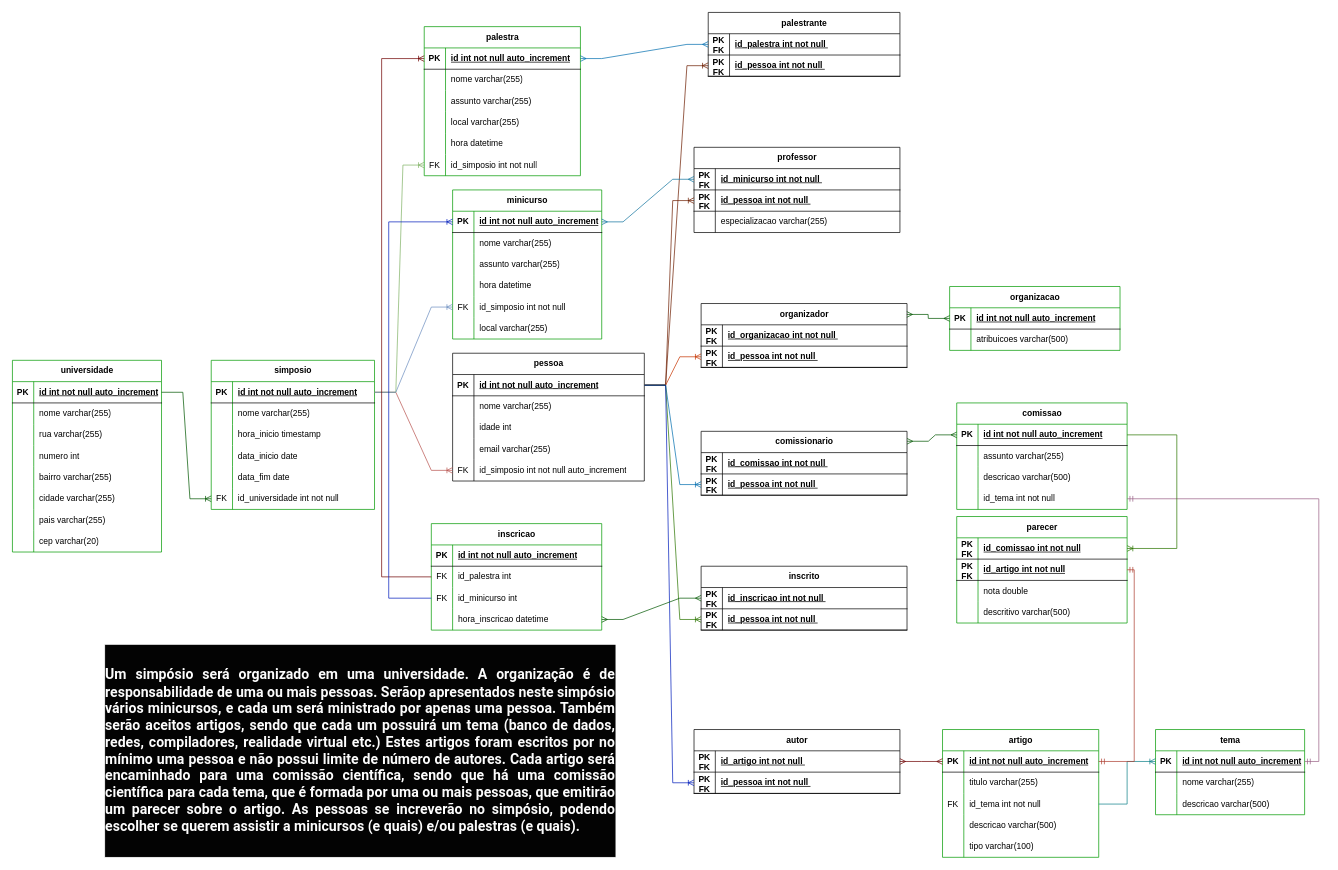
The draw.io diagram Diagramas/Atividades/simposio.drawio in samueldelorenzi/BancoDeDadosI, before the edit. Source tidied: cells renumbered, new cells numbered last; positions are measured from the earlier drawing's top-left corner, leaving out a move shared by most shapes. Both pictures are drawn from the tidied source at 71%, with x=0, y=0 at pixel (12, 12).
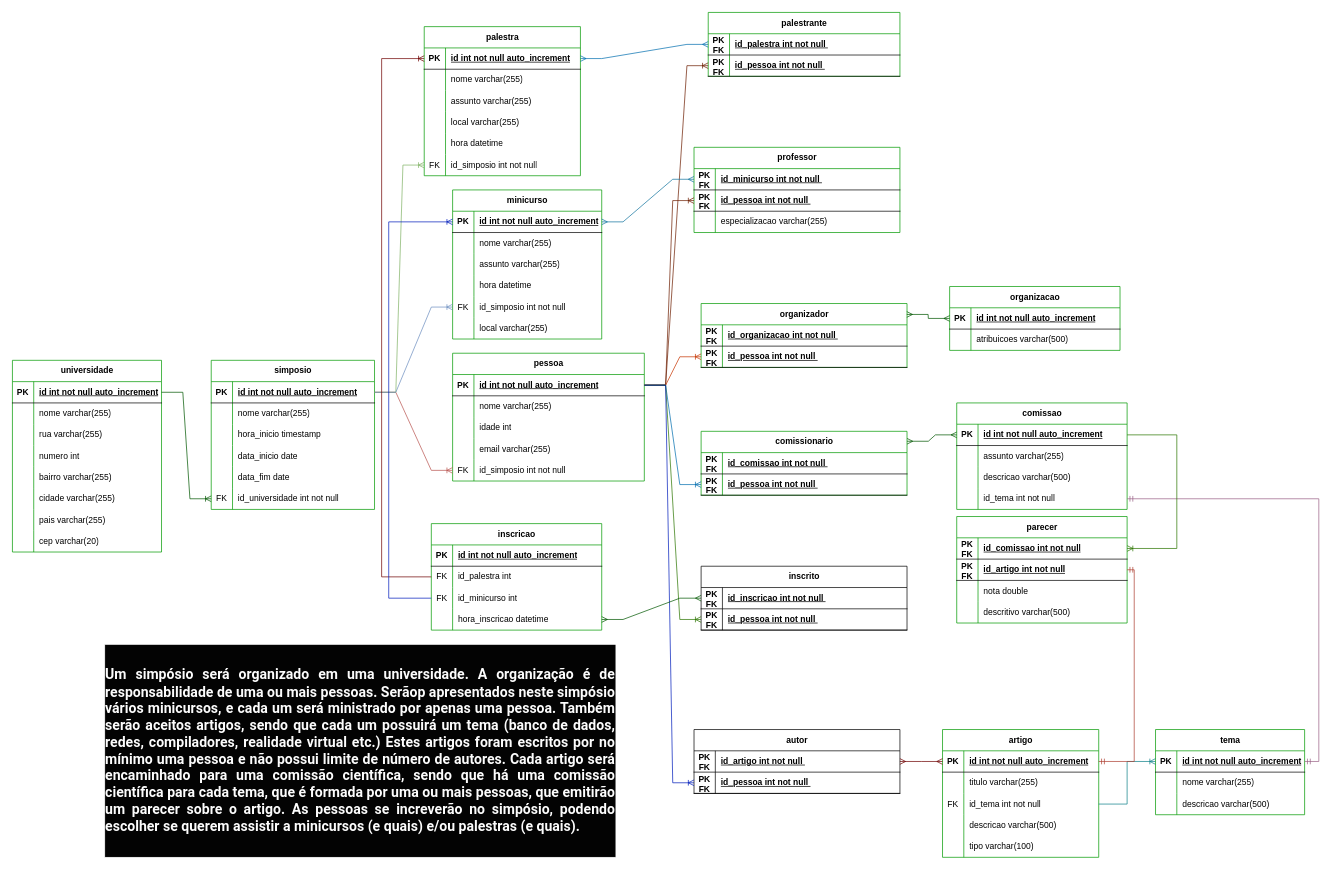
The same page after the edit.

Unchanged cells that the change refers to:
```xml
<mxCell id="150" style="shape=tableRow;horizontal=0;startSize=0;swimlaneHead=0;swimlaneBody=0;fillColor=none;points=[[0,0.5],[1,0.5]];portConstraint=eastwest;top=0;left=0;right=0;bottom=0;" parent="137" vertex="1">
  <mxGeometry y="150" width="270" height="30" as="geometry" />
</mxCell>
```

Diff of the diagram source:
```diff
@@
-    <mxCell id="137" value="pessoa" style="shape=table;startSize=30;childLayout=tableLayout;rowLines=0;fontStyle=1;align=center;html=1;" parent="1" vertex="1">
+    <mxCell id="137" value="pessoa" style="shape=table;startSize=30;childLayout=tableLayout;rowLines=0;fontStyle=1;align=center;html=1;strokeColor=#009900;" parent="1" vertex="1">
       <mxGeometry x="620" y="480" width="270" height="180" as="geometry" />
     </mxCell>
@@
-    <mxCell id="152" value="id_simposio int not null auto_increment" style="shape=partialRectangle;fillColor=none;top=0;left=0;bottom=0;right=0;align=left;spacingLeft=6;overflow=hidden;whiteSpace=wrap;html=1;" parent="150" vertex="1">
+    <mxCell id="152" value="id_simposio int not null" style="shape=partialRectangle;fillColor=none;top=0;left=0;bottom=0;right=0;align=left;spacingLeft=6;overflow=hidden;whiteSpace=wrap;html=1;" parent="150" vertex="1">
       <mxGeometry x="30" width="240" height="30" as="geometry" />
     </mxCell>
-    <mxCell id="153" value="palestrante" style="shape=table;startSize=30;childLayout=tableLayout;rowLines=0;fontStyle=1;align=center;html=1;" parent="1" vertex="1">
+    <mxCell id="153" value="palestrante" style="shape=table;startSize=30;childLayout=tableLayout;rowLines=0;fontStyle=1;align=center;html=1;strokeColor=#009900;" parent="1" vertex="1">
       <mxGeometry x="980" width="270" height="90" as="geometry" />
     </mxCell>
@@
-    <mxCell id="160" value="professor" style="shape=table;startSize=30;childLayout=tableLayout;rowLines=0;fontStyle=1;align=center;html=1;" parent="1" vertex="1">
+    <mxCell id="160" value="professor" style="shape=table;startSize=30;childLayout=tableLayout;rowLines=0;fontStyle=1;align=center;html=1;strokeColor=#009900;" parent="1" vertex="1">
       <mxGeometry x="960" y="190" width="290" height="120" as="geometry" />
     </mxCell>
@@
-    <mxCell id="177" value="comissionario" style="shape=table;startSize=30;childLayout=tableLayout;rowLines=0;fontStyle=1;align=center;html=1;" parent="1" vertex="1">
+    <mxCell id="177" value="comissionario" style="shape=table;startSize=30;childLayout=tableLayout;rowLines=0;fontStyle=1;align=center;html=1;strokeColor=#009900;" parent="1" vertex="1">
       <mxGeometry x="970" y="590" width="290" height="90" as="geometry" />
     </mxCell>
@@
-    <mxCell id="184" value="organizador" style="shape=table;startSize=30;childLayout=tableLayout;rowLines=0;fontStyle=1;align=center;html=1;" parent="1" vertex="1">
+    <mxCell id="184" value="organizador" style="shape=table;startSize=30;childLayout=tableLayout;rowLines=0;fontStyle=1;align=center;html=1;strokeColor=#009900;" parent="1" vertex="1">
       <mxGeometry x="970" y="410" width="290" height="90" as="geometry" />
     </mxCell>
```
